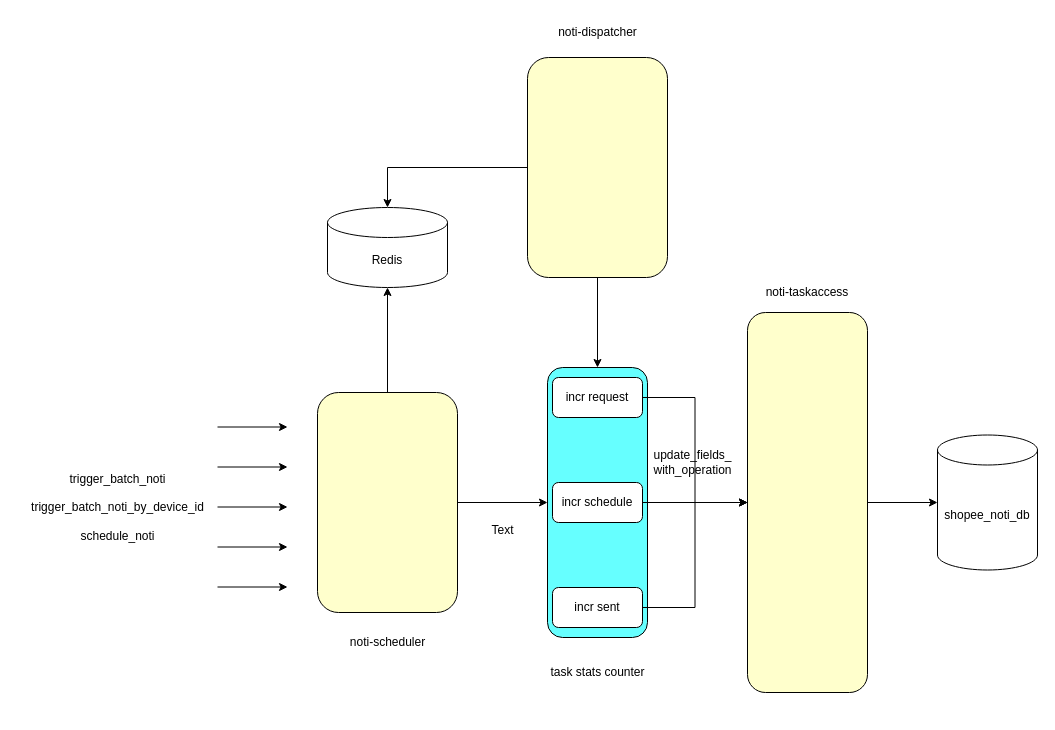
Above: task stats work flow.drawio in zzw55486402/20200626 (draw.io), before the change. Source tidied: cells renumbered, new cells numbered last; positions are measured from the earlier drawing's top-left corner, leaving out a move shared by most shapes. Both pictures are drawn from the tidied source at 100%, with x=0, y=0 at pixel (17, 17).
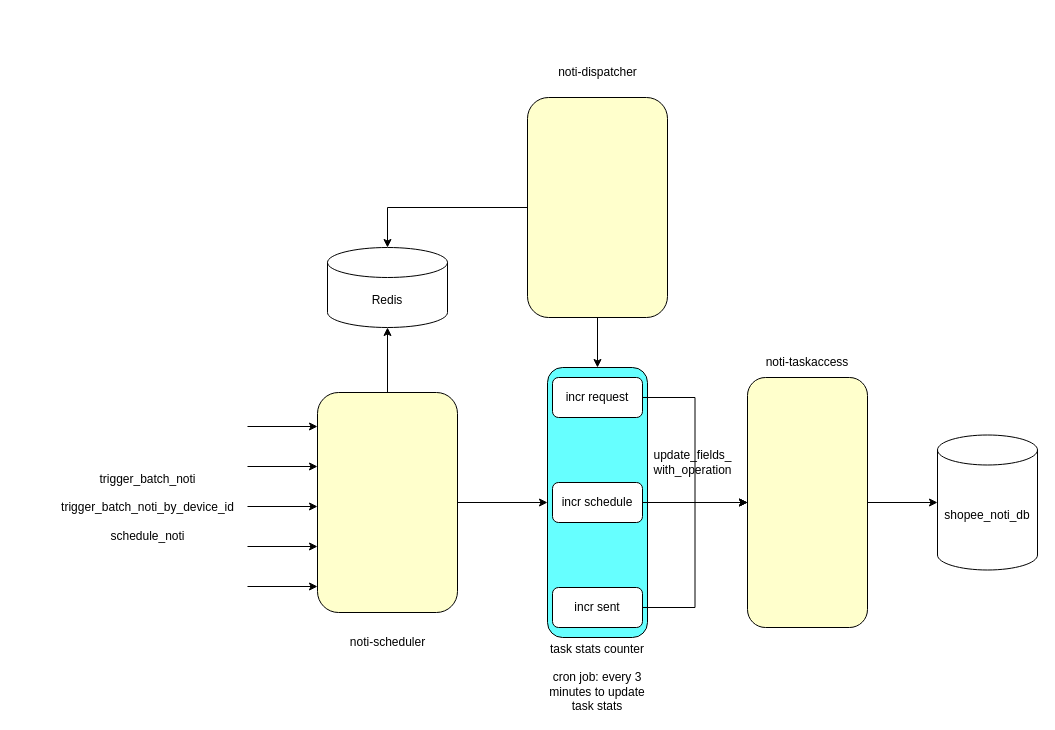
Above is the later version.

Diff of the diagram source:
```diff
@@
     <mxCell id="4" value="noti-dispatcher" style="text;html=1;align=center;verticalAlign=middle;strokeColor=none;fillColor=none;" parent="1" vertex="1">
-      <mxGeometry x="530" width="100" height="30" as="geometry" />
+      <mxGeometry x="530" y="40" width="100" height="30" as="geometry" />
     </mxCell>
     <mxCell id="5" style="rounded=1;whiteSpace=wrap;html=1;fillColor=#FFFFCC;" parent="1" vertex="1">
-      <mxGeometry x="510" y="40" width="140" height="220" as="geometry" />
+      <mxGeometry x="510" y="80" width="140" height="220" as="geometry" />
     </mxCell>
     <mxCell id="6" style="rounded=1;whiteSpace=wrap;html=1;fillColor=#FFFFCC;" parent="1" vertex="1">
-      <mxGeometry x="730" y="295" width="120" height="380" as="geometry" />
+      <mxGeometry x="730" y="360" width="120" height="250" as="geometry" />
     </mxCell>
     <mxCell id="7" value="noti-taskaccess" style="text;html=1;strokeColor=none;fillColor=none;align=center;verticalAlign=middle;whiteSpace=wrap;rounded=0;" parent="1" vertex="1">
-      <mxGeometry x="745" y="260" width="90" height="30" as="geometry" />
+      <mxGeometry x="745" y="330" width="90" height="30" as="geometry" />
     </mxCell>
@@
     <mxCell id="10" style="endArrow=classic;html=1;rounded=0;" parent="1" edge="1">
       <mxGeometry relative="1" as="geometry">
-        <mxPoint x="200" y="489.5" as="sourcePoint" />
-        <mxPoint x="270" y="489.5" as="targetPoint" />
+        <mxPoint x="230" y="489" as="sourcePoint" />
+        <mxPoint x="300" y="489" as="targetPoint" />
       </mxGeometry>
     </mxCell>
     <mxCell id="11" style="endArrow=classic;html=1;rounded=0;" parent="1" edge="1">
       <mxGeometry relative="1" as="geometry">
-        <mxPoint x="200" y="569.5" as="sourcePoint" />
-        <mxPoint x="270" y="569.5" as="targetPoint" />
+        <mxPoint x="230" y="569" as="sourcePoint" />
+        <mxPoint x="300" y="569" as="targetPoint" />
       </mxGeometry>
     </mxCell>
     <mxCell id="12" style="endArrow=classic;html=1;rounded=0;" parent="1" edge="1">
       <mxGeometry relative="1" as="geometry">
-        <mxPoint x="200" y="529.5" as="sourcePoint" />
-        <mxPoint x="270" y="529.5" as="targetPoint" />
+        <mxPoint x="230" y="529" as="sourcePoint" />
+        <mxPoint x="300" y="529" as="targetPoint" />
       </mxGeometry>
     </mxCell>
     <mxCell id="13" style="endArrow=classic;html=1;rounded=0;" parent="1" edge="1">
       <mxGeometry relative="1" as="geometry">
-        <mxPoint x="200" y="409.5" as="sourcePoint" />
-        <mxPoint x="270" y="409.5" as="targetPoint" />
+        <mxPoint x="230" y="409" as="sourcePoint" />
+        <mxPoint x="300" y="409" as="targetPoint" />
       </mxGeometry>
     </mxCell>
     <mxCell id="14" style="endArrow=classic;html=1;rounded=0;" parent="1" edge="1">
       <mxGeometry relative="1" as="geometry">
-        <mxPoint x="200" y="449.5" as="sourcePoint" />
-        <mxPoint x="270" y="449.5" as="targetPoint" />
+        <mxPoint x="230" y="449" as="sourcePoint" />
+        <mxPoint x="300" y="449" as="targetPoint" />
       </mxGeometry>
     </mxCell>
     <mxCell id="15" value="trigger_batch_noti&lt;br&gt;&lt;br&gt;trigger_batch_noti_by_device_id&lt;br&gt;&lt;br&gt;schedule_noti" style="text;html=1;align=center;verticalAlign=middle;strokeColor=none;fillColor=none;" parent="1" vertex="1">
-      <mxGeometry y="445" width="200" height="90" as="geometry" />
+      <mxGeometry x="30" y="444.5" width="200" height="90" as="geometry" />
     </mxCell>
@@
-    <mxCell id="17" value="task stats counter" style="text;html=1;strokeColor=none;fillColor=none;align=center;verticalAlign=middle;whiteSpace=wrap;rounded=0;" parent="1" vertex="1">
-      <mxGeometry x="522.5" y="640" width="115" height="30" as="geometry" />
+    <mxCell id="17" value="task stats counter&lt;br&gt;&lt;br&gt;cron job: every 3 minutes to update task stats" style="text;html=1;strokeColor=none;fillColor=none;align=center;verticalAlign=middle;whiteSpace=wrap;rounded=0;" parent="1" vertex="1">
+      <mxGeometry x="526.2" y="630" width="107.5" height="60" as="geometry" />
     </mxCell>
@@
-    <mxCell id="27" value="Text" style="text;html=1;align=center;verticalAlign=middle;strokeColor=none;fillColor=none;" parent="1" vertex="1">
-      <mxGeometry x="460" y="498" width="50" height="30" as="geometry" />
-    </mxCell>
     <mxCell id="28" value="Redis" style="shape=cylinder3;whiteSpace=wrap;html=1;boundedLbl=1;backgroundOutline=1;size=15;" parent="1" vertex="1">
-      <mxGeometry x="310" y="190" width="120" height="80" as="geometry" />
+      <mxGeometry x="310" y="230" width="120" height="80" as="geometry" />
     </mxCell>
```
